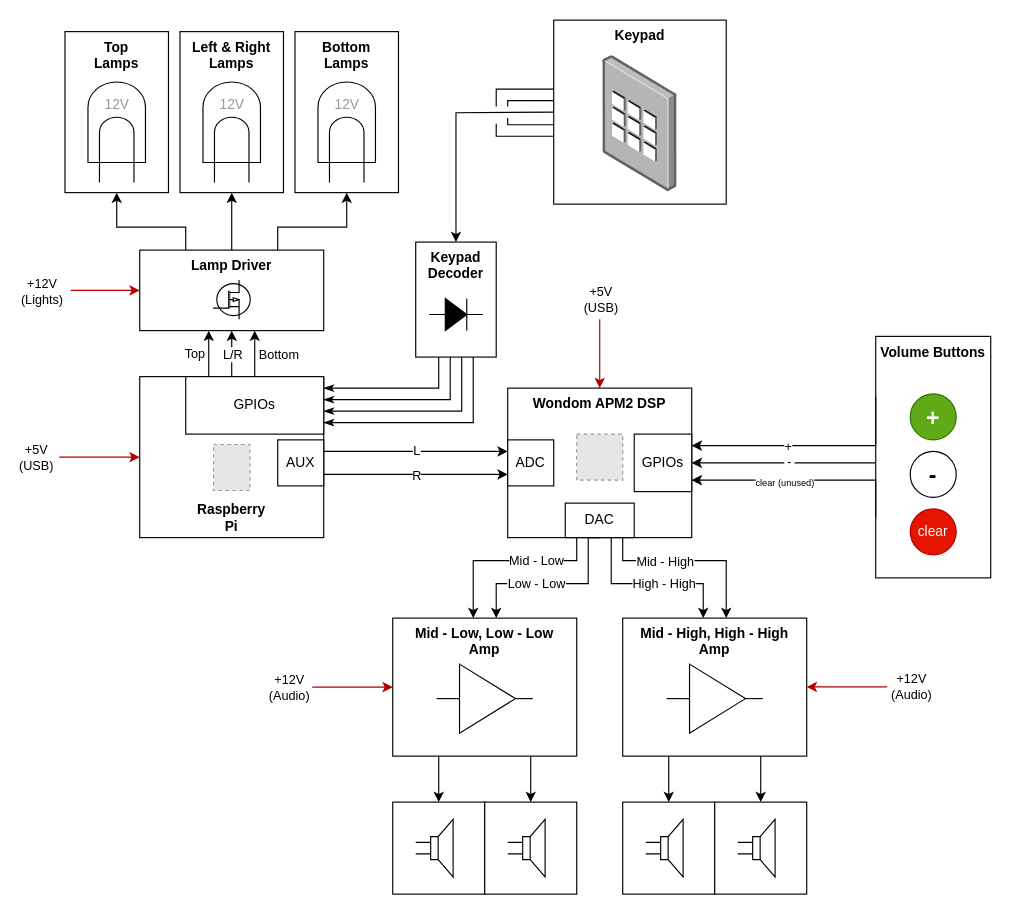
Above: Docs/Block.drawio in TuDo-Makerspace/Jukebox (draw.io), before the change. Source tidied: cells renumbered, new cells numbered last; positions are measured from the earlier drawing's top-left corner, leaving out a move shared by most shapes. Both pictures are drawn from the tidied source at 115%, with x=0, y=0 at pixel (59, 20). Pictures stored in the file or linked from it are replaced by grey dashed boxes.
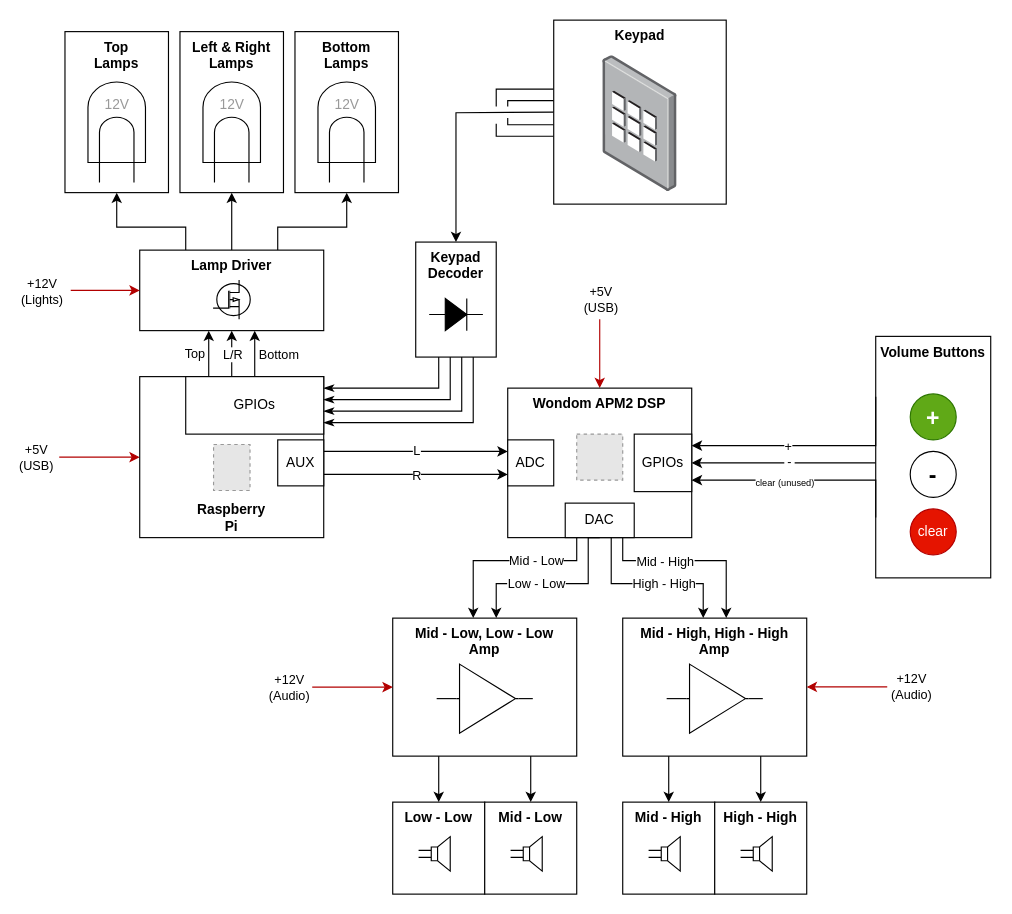
The same diagram, later.

The change refers to these unchanged cells:
```xml
<mxCell id="13" value="&lt;b&gt;Mid - High, High - High&lt;br&gt;Amp&lt;/b&gt;" style="rounded=0;whiteSpace=wrap;html=1;verticalAlign=top;" parent="1" vertex="1">
  <mxGeometry x="490" y="520" width="160" height="120" as="geometry" />
</mxCell>
<mxCell id="16" value="&lt;b&gt;Mid - Low, Low - Low&lt;br&gt;Amp&lt;/b&gt;" style="rounded=0;whiteSpace=wrap;html=1;verticalAlign=top;" parent="1" vertex="1">
  <mxGeometry x="290" y="520" width="160" height="120" as="geometry" />
</mxCell>
```

The edit, as a diff of the source:
```diff
@@
-    <mxCell id="11" style="edgeStyle=orthogonalEdgeStyle;rounded=0;jettySize=auto;html=1;entryX=0.5;entryY=0;entryDx=0;entryDy=0;" parent="1" edge="1" source="13" target="40">
+    <mxCell id="11" style="edgeStyle=orthogonalEdgeStyle;rounded=0;jettySize=auto;html=1;entryX=0.5;entryY=0;entryDx=0;entryDy=0;" parent="1" edge="1" source="13">
       <mxGeometry relative="1" as="geometry">
+        <mxPoint x="530" y="680" as="targetPoint" />
         <Array as="points">
           <mxPoint x="530" y="650" />
           <mxPoint x="530" y="650" />
         </Array>
       </mxGeometry>
     </mxCell>
-    <mxCell id="12" style="edgeStyle=orthogonalEdgeStyle;rounded=0;jettySize=auto;html=1;entryX=0.5;entryY=0;entryDx=0;entryDy=0;" parent="1" edge="1" source="13" target="43">
+    <mxCell id="12" style="edgeStyle=orthogonalEdgeStyle;rounded=0;jettySize=auto;html=1;entryX=0.5;entryY=0;entryDx=0;entryDy=0;" parent="1" edge="1" source="13">
       <mxGeometry relative="1" as="geometry">
+        <mxPoint x="610" y="680" as="targetPoint" />
         <Array as="points">
           <mxPoint x="610" y="650" />
           <mxPoint x="610" y="650" />
         </Array>
       </mxGeometry>
     </mxCell>
@@
-    <mxCell id="15" style="edgeStyle=orthogonalEdgeStyle;rounded=0;jettySize=auto;html=1;exitX=0.75;exitY=1;exitDx=0;exitDy=0;" parent="1" edge="1" source="16" target="37">
-      <mxGeometry relative="1" as="geometry" />
+    <mxCell id="15" style="edgeStyle=orthogonalEdgeStyle;rounded=0;jettySize=auto;html=1;exitX=0.75;exitY=1;exitDx=0;exitDy=0;" parent="1" edge="1" source="16">
+      <mxGeometry relative="1" as="geometry">
+        <mxPoint x="410" y="680" as="targetPoint" />
+      </mxGeometry>
     </mxCell>
@@
-    <mxCell id="33" style="group;" parent="1" vertex="1">
-      <mxGeometry x="290" y="680" width="80" height="80" as="geometry" />
-    </mxCell>
-    <mxCell id="34" style="whiteSpace=wrap;html=1;" parent="33" vertex="1">
-      <mxGeometry width="80" height="80" as="geometry" />
-    </mxCell>
-    <mxCell id="35" style="verticalLabelPosition=bottom;shadow=0;dashed=0;align=center;html=1;verticalAlign=top;shape=mxgraph.electrical.electro-mechanical.loudspeaker;" parent="33" vertex="1">
-      <mxGeometry x="20" y="15" width="32.5" height="50" as="geometry" />
-    </mxCell>
-    <mxCell id="36" style="group;" parent="1" vertex="1">
-      <mxGeometry x="370" y="680" width="80" height="80" as="geometry" />
-    </mxCell>
-    <mxCell id="37" style="whiteSpace=wrap;html=1;" parent="36" vertex="1">
-      <mxGeometry width="80" height="80" as="geometry" />
-    </mxCell>
-    <mxCell id="38" style="verticalLabelPosition=bottom;shadow=0;dashed=0;align=center;html=1;verticalAlign=top;shape=mxgraph.electrical.electro-mechanical.loudspeaker;" parent="36" vertex="1">
-      <mxGeometry x="20" y="15" width="32.5" height="50" as="geometry" />
-    </mxCell>
-    <mxCell id="39" style="group;" parent="1" vertex="1">
-      <mxGeometry x="490" y="680" width="80" height="80" as="geometry" />
-    </mxCell>
-    <mxCell id="40" style="whiteSpace=wrap;html=1;" parent="39" vertex="1">
-      <mxGeometry width="80" height="80" as="geometry" />
-    </mxCell>
-    <mxCell id="41" style="verticalLabelPosition=bottom;shadow=0;dashed=0;align=center;html=1;verticalAlign=top;shape=mxgraph.electrical.electro-mechanical.loudspeaker;" parent="39" vertex="1">
-      <mxGeometry x="20" y="15" width="32.5" height="50" as="geometry" />
-    </mxCell>
-    <mxCell id="42" style="group;" parent="1" vertex="1">
-      <mxGeometry x="570" y="680" width="80" height="80" as="geometry" />
-    </mxCell>
-    <mxCell id="43" style="whiteSpace=wrap;html=1;" parent="42" vertex="1">
-      <mxGeometry width="80" height="80" as="geometry" />
-    </mxCell>
-    <mxCell id="44" style="verticalLabelPosition=bottom;shadow=0;dashed=0;align=center;html=1;verticalAlign=top;shape=mxgraph.electrical.electro-mechanical.loudspeaker;" parent="42" vertex="1">
-      <mxGeometry x="20" y="15" width="32.5" height="50" as="geometry" />
-    </mxCell>
@@
+    <mxCell id="33" style="group;" parent="1" vertex="1">
+      <mxGeometry x="290" y="680" width="80" height="80" as="geometry" />
+    </mxCell>
+    <mxCell id="34" value="&lt;b&gt;Low - Low&lt;/b&gt;" style="whiteSpace=wrap;html=1;verticalAlign=top;" parent="33" vertex="1">
+      <mxGeometry width="80" height="80" as="geometry" />
+    </mxCell>
+    <mxCell id="35" style="verticalLabelPosition=bottom;shadow=0;dashed=0;align=center;html=1;verticalAlign=top;shape=mxgraph.electrical.electro-mechanical.loudspeaker;" parent="33" vertex="1">
+      <mxGeometry x="22.5" y="30" width="27.5" height="30" as="geometry" />
+    </mxCell>
+    <mxCell id="36" style="group;" parent="1" vertex="1">
+      <mxGeometry x="370" y="680" width="80" height="80" as="geometry" />
+    </mxCell>
+    <mxCell id="110" value="&lt;b&gt;Mid - Low&lt;/b&gt;" style="whiteSpace=wrap;html=1;verticalAlign=top;" parent="36" vertex="1">
+      <mxGeometry width="80" height="80" as="geometry" />
+    </mxCell>
+    <mxCell id="111" style="verticalLabelPosition=bottom;shadow=0;dashed=0;align=center;html=1;verticalAlign=top;shape=mxgraph.electrical.electro-mechanical.loudspeaker;" parent="36" vertex="1">
+      <mxGeometry x="22.5" y="30" width="27.5" height="30" as="geometry" />
+    </mxCell>
+    <mxCell id="39" style="group;" parent="1" vertex="1">
+      <mxGeometry x="490" y="680" width="80" height="80" as="geometry" />
+    </mxCell>
+    <mxCell id="112" value="&lt;b&gt;Mid - High&lt;/b&gt;" style="whiteSpace=wrap;html=1;verticalAlign=top;" parent="39" vertex="1">
+      <mxGeometry width="80" height="80" as="geometry" />
+    </mxCell>
+    <mxCell id="113" style="verticalLabelPosition=bottom;shadow=0;dashed=0;align=center;html=1;verticalAlign=top;shape=mxgraph.electrical.electro-mechanical.loudspeaker;" parent="39" vertex="1">
+      <mxGeometry x="22.5" y="30" width="27.5" height="30" as="geometry" />
+    </mxCell>
+    <mxCell id="42" style="group;" parent="1" vertex="1">
+      <mxGeometry x="570" y="680" width="80" height="80" as="geometry" />
+    </mxCell>
+    <mxCell id="114" value="&lt;b&gt;High - High&lt;/b&gt;" style="whiteSpace=wrap;html=1;verticalAlign=top;" parent="42" vertex="1">
+      <mxGeometry width="80" height="80" as="geometry" />
+    </mxCell>
+    <mxCell id="115" style="verticalLabelPosition=bottom;shadow=0;dashed=0;align=center;html=1;verticalAlign=top;shape=mxgraph.electrical.electro-mechanical.loudspeaker;" parent="42" vertex="1">
+      <mxGeometry x="22.5" y="30" width="27.5" height="30" as="geometry" />
+    </mxCell>
```
